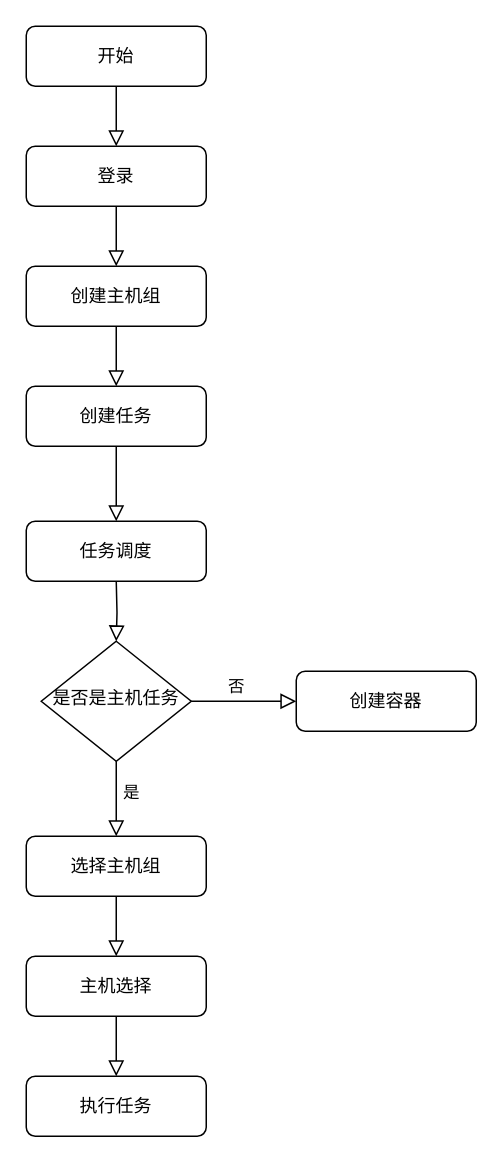
Before: 系统流程图.drawio in tianshengdiwangK/common, a draw.io diagram. Source tidied: cells renumbered, new cells numbered last; positions are measured from the earlier drawing's top-left corner, leaving out a move shared by most shapes. Both pictures are drawn from the tidied source at 150%, with x=0, y=0 at pixel (26, 26).
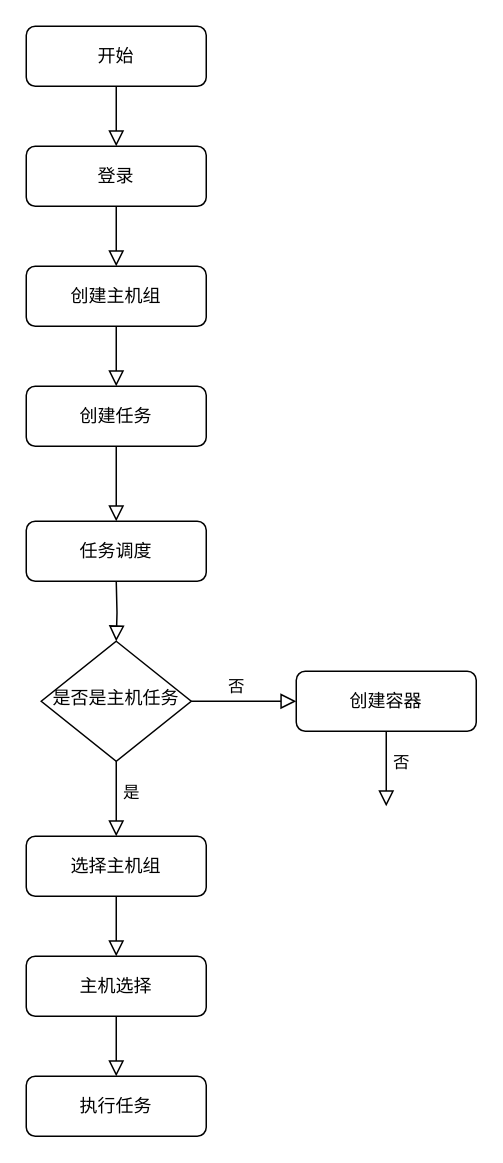
The same diagram, later.

Commit message:
更新系统流程图.drawio

The change refers to these unchanged cells:
```xml
<mxCell id="14" value="创建容器" style="rounded=1;whiteSpace=wrap;html=1;fontSize=12;glass=0;strokeWidth=1;shadow=0;" parent="1" vertex="1">
  <mxGeometry x="180" y="430" width="120" height="40" as="geometry" />
</mxCell>
```

Diff of the diagram source:
```diff
@@
+    <mxCell id="21" value="否" style="rounded=0;html=1;jettySize=auto;fontSize=11;endArrow=block;endFill=0;endSize=8;strokeWidth=1;shadow=0;labelBackgroundColor=none;edgeStyle=orthogonalEdgeStyle;exitX=0.5;exitY=1;exitDx=0;exitDy=0;" parent="1" edge="1" source="14">
+      <mxGeometry x="-0.15" y="10" relative="1" as="geometry">
+        <mxPoint x="240" y="520" as="targetPoint" />
+      </mxGeometry>
+    </mxCell>
```
